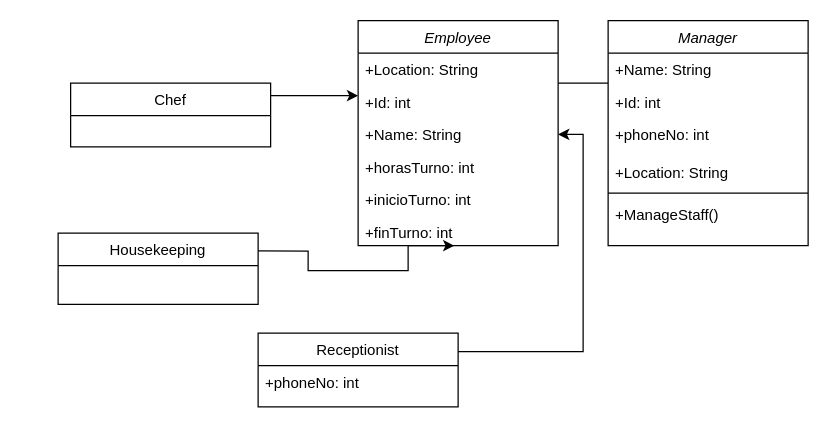
The draw.io diagram documents/Diagrama.drawio in xjuandiego28/taller2-tecnicas-20241, before the edit. Source tidied: cells renumbered, new cells numbered last; positions are measured from the earlier drawing's top-left corner, leaving out a move shared by most shapes. Both pictures are drawn from the tidied source at 125%, with x=0, y=0 at pixel (58, 20).
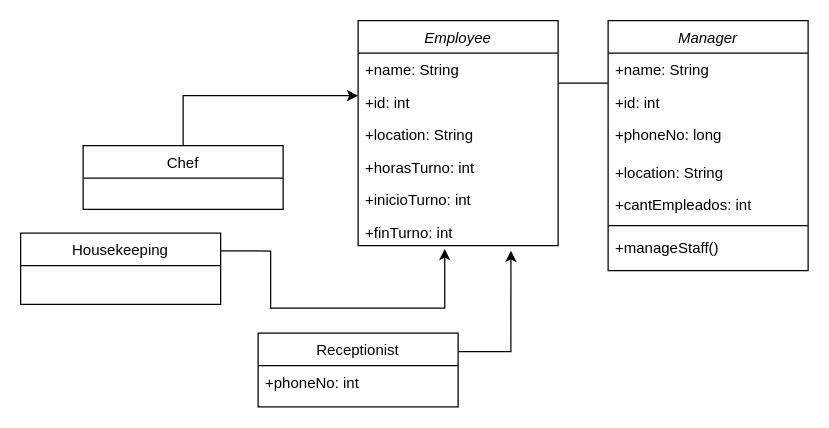
Above is the later version.

Commit message (it also covers changes not shown here):
Modificados archivos y diagrama de clases

Unchanged cells that the change refers to:
```xml
<mxCell id="2" value="Employee" style="swimlane;fontStyle=2;align=center;verticalAlign=top;horizontal=1;startSize=26;rounded=0;shadow=0;strokeWidth=1;" parent="1" vertex="1">
  <mxGeometry x="240" width="160" height="180" as="geometry" />
</mxCell>
<mxCell id="9" value="+finTurno: int" style="text;align=left;verticalAlign=top;spacingLeft=4;spacingRight=4;overflow=hidden;points=[[0,0.5],[1,0.5]];portConstraint=eastwest;" parent="2" vertex="1">
  <mxGeometry y="156" width="160" height="24" as="geometry" />
</mxCell>
<mxCell id="13" value="Receptionist" style="swimlane;fontStyle=0;align=center;verticalAlign=top;horizontal=1;startSize=26;rounded=0;shadow=0;strokeWidth=1;" parent="1" vertex="1">
  <mxGeometry x="160" y="250" width="160" height="59" as="geometry" />
</mxCell>
```

Diff of the diagram source:
```diff
@@
+    <mxCell id="6" value="+name: String" style="text;align=left;verticalAlign=top;spacingLeft=4;spacingRight=4;overflow=hidden;points=[[0,0.5],[1,0.5]];portConstraint=eastwest;" parent="2" vertex="1">
+      <mxGeometry y="26" width="160" height="26" as="geometry" />
+    </mxCell>
+    <mxCell id="5" value="+id: int&#10;" style="text;align=left;verticalAlign=top;spacingLeft=4;spacingRight=4;overflow=hidden;points=[[0,0.5],[1,0.5]];portConstraint=eastwest;rounded=0;shadow=0;html=0;" parent="2" vertex="1">
+      <mxGeometry y="52" width="160" height="26" as="geometry" />
+    </mxCell>
-    <mxCell id="3" value="+Location: String" style="text;align=left;verticalAlign=top;spacingLeft=4;spacingRight=4;overflow=hidden;rounded=0;shadow=0;html=0;" parent="2" vertex="1">
-      <mxGeometry y="26" width="160" height="26" as="geometry" />
+    <mxCell id="3" value="+location: String" style="text;align=left;verticalAlign=top;spacingLeft=4;spacingRight=4;overflow=hidden;rounded=0;shadow=0;html=0;" parent="2" vertex="1">
+      <mxGeometry y="78" width="160" height="26" as="geometry" />
     </mxCell>
-    <mxCell id="4" style="edgeStyle=orthogonalEdgeStyle;rounded=0;jettySize=auto;html=1;" parent="2" edge="1" target="5">
-      <mxGeometry relative="1" as="geometry">
-        <mxPoint x="-71" y="54.3" as="sourcePoint" />
-        <Array as="points">
-          <mxPoint x="-71" y="60" />
-        </Array>
-      </mxGeometry>
-    </mxCell>
-    <mxCell id="5" value="+Id: int&#10;" style="text;align=left;verticalAlign=top;spacingLeft=4;spacingRight=4;overflow=hidden;points=[[0,0.5],[1,0.5]];portConstraint=eastwest;rounded=0;shadow=0;html=0;" parent="2" vertex="1">
-      <mxGeometry y="52" width="160" height="26" as="geometry" />
-    </mxCell>
-    <mxCell id="6" value="+Name: String" style="text;align=left;verticalAlign=top;spacingLeft=4;spacingRight=4;overflow=hidden;points=[[0,0.5],[1,0.5]];portConstraint=eastwest;" parent="2" vertex="1">
-      <mxGeometry y="78" width="160" height="26" as="geometry" />
-    </mxCell>
@@
     <mxCell id="10" value="Chef" style="swimlane;fontStyle=0;align=center;verticalAlign=top;horizontal=1;startSize=26;rounded=0;shadow=0;strokeWidth=1;" parent="1" vertex="1">
-      <mxGeometry x="10" y="50" width="160" height="51" as="geometry" />
+      <mxGeometry x="20" y="100" width="160" height="51" as="geometry" />
     </mxCell>
     <mxCell id="11" value="Housekeeping" style="swimlane;fontStyle=0;align=center;verticalAlign=top;horizontal=1;startSize=26;rounded=0;shadow=0;strokeWidth=1;" parent="1" vertex="1">
-      <mxGeometry y="170" width="160" height="57" as="geometry" />
+      <mxGeometry x="-30" y="170" width="160" height="57" as="geometry" />
     </mxCell>
-    <mxCell id="12" style="edgeStyle=orthogonalEdgeStyle;rounded=0;jettySize=auto;html=1;entryX=1;entryY=0.5;entryDx=0;entryDy=0;exitX=1;exitY=0.25;exitDx=0;exitDy=0;" parent="1" edge="1" source="13" target="6">
+    <mxCell id="12" style="edgeStyle=orthogonalEdgeStyle;rounded=0;jettySize=auto;html=1;entryX=0.764;entryY=1.168;entryDx=0;entryDy=0;exitX=1;exitY=0.25;exitDx=0;exitDy=0;entryPerimeter=0;" parent="1" edge="1" source="13" target="9">
       <mxGeometry relative="1" as="geometry">
         <Array as="points">
-          <mxPoint x="420" y="265" />
-          <mxPoint x="420" y="91" />
+          <mxPoint x="362" y="265" />
         </Array>
       </mxGeometry>
     </mxCell>
@@
-    <mxCell id="15" style="edgeStyle=orthogonalEdgeStyle;rounded=0;jettySize=auto;html=1;exitX=1;exitY=0.25;exitDx=0;exitDy=0;entryX=0.481;entryY=1;entryDx=0;entryDy=0;entryPerimeter=0;" parent="1" edge="1" source="11" target="9">
+    <mxCell id="15" style="edgeStyle=orthogonalEdgeStyle;rounded=0;jettySize=auto;html=1;exitX=1;exitY=0.25;exitDx=0;exitDy=0;entryX=0.433;entryY=1.111;entryDx=0;entryDy=0;entryPerimeter=0;" parent="1" edge="1" source="11" target="9">
       <mxGeometry relative="1" as="geometry">
         <Array as="points">
-          <mxPoint x="200" y="184" />
-          <mxPoint x="200" y="200" />
-          <mxPoint x="280" y="200" />
-          <mxPoint x="280" y="180" />
+          <mxPoint x="170" y="184" />
+          <mxPoint x="170" y="230" />
+          <mxPoint x="309" y="230" />
         </Array>
       </mxGeometry>
     </mxCell>
     <mxCell id="16" value="Manager" style="swimlane;fontStyle=2;align=center;verticalAlign=top;horizontal=1;startSize=26;rounded=0;shadow=0;strokeWidth=1;" parent="1" vertex="1">
-      <mxGeometry x="440" width="160" height="180" as="geometry" />
+      <mxGeometry x="440" width="160" height="200" as="geometry" />
     </mxCell>
-    <mxCell id="17" value="+Name: String" style="text;align=left;verticalAlign=top;spacingLeft=4;spacingRight=4;overflow=hidden;" parent="16" vertex="1">
+    <mxCell id="17" value="+name: String" style="text;align=left;verticalAlign=top;spacingLeft=4;spacingRight=4;overflow=hidden;" parent="16" vertex="1">
       <mxGeometry y="26" width="160" height="26" as="geometry" />
     </mxCell>
-    <mxCell id="18" value="+Id: int&#10;" style="text;align=left;verticalAlign=top;spacingLeft=4;spacingRight=4;overflow=hidden;rounded=0;shadow=0;html=0;" parent="16" vertex="1">
+    <mxCell id="18" value="+id: int&#10;" style="text;align=left;verticalAlign=top;spacingLeft=4;spacingRight=4;overflow=hidden;rounded=0;shadow=0;html=0;" parent="16" vertex="1">
       <mxGeometry y="52" width="160" height="26" as="geometry" />
     </mxCell>
-    <mxCell id="19" value="+phoneNo: int" style="text;align=left;verticalAlign=top;spacingLeft=4;spacingRight=4;overflow=hidden;" parent="16" vertex="1">
+    <mxCell id="19" value="+phoneNo: long" style="text;align=left;verticalAlign=top;spacingLeft=4;spacingRight=4;overflow=hidden;" parent="16" vertex="1">
       <mxGeometry y="78" width="160" height="30" as="geometry" />
     </mxCell>
-    <mxCell id="20" value="+Location: String" style="text;align=left;verticalAlign=top;spacingLeft=4;spacingRight=4;overflow=hidden;rounded=0;shadow=0;html=0;" parent="16" vertex="1">
+    <mxCell id="20" value="+location: String" style="text;align=left;verticalAlign=top;spacingLeft=4;spacingRight=4;overflow=hidden;rounded=0;shadow=0;html=0;" parent="16" vertex="1">
       <mxGeometry y="108" width="160" height="26" as="geometry" />
     </mxCell>
+    <mxCell id="24" value="+cantEmpleados: int" style="text;align=left;verticalAlign=top;spacingLeft=4;spacingRight=4;overflow=hidden;rounded=0;shadow=0;html=0;" parent="16" vertex="1">
+      <mxGeometry y="134" width="160" height="26" as="geometry" />
+    </mxCell>
     <mxCell id="21" style="line;html=1;strokeWidth=1;align=left;verticalAlign=middle;spacingTop=-1;spacingLeft=3;spacingRight=3;labelPosition=right;" parent="16" vertex="1">
-      <mxGeometry y="134" width="160" height="8" as="geometry" />
+      <mxGeometry y="160" width="160" height="8" as="geometry" />
     </mxCell>
-    <mxCell id="22" value="+ManageStaff()" style="text;align=left;verticalAlign=top;spacingLeft=4;spacingRight=4;overflow=hidden;" parent="16" vertex="1">
-      <mxGeometry y="142" width="160" height="22" as="geometry" />
+    <mxCell id="22" value="+manageStaff()" style="text;align=left;verticalAlign=top;spacingLeft=4;spacingRight=4;overflow=hidden;" parent="16" vertex="1">
+      <mxGeometry y="168" width="160" height="22" as="geometry" />
     </mxCell>
@@
+    <mxCell id="4" style="edgeStyle=orthogonalEdgeStyle;rounded=0;jettySize=auto;html=1;exitX=0.5;exitY=0;exitDx=0;exitDy=0;" parent="1" edge="1" source="10" target="5">
+      <mxGeometry relative="1" as="geometry">
+        <Array as="points">
+          <mxPoint x="100" y="60" />
+        </Array>
+      </mxGeometry>
+    </mxCell>
```
